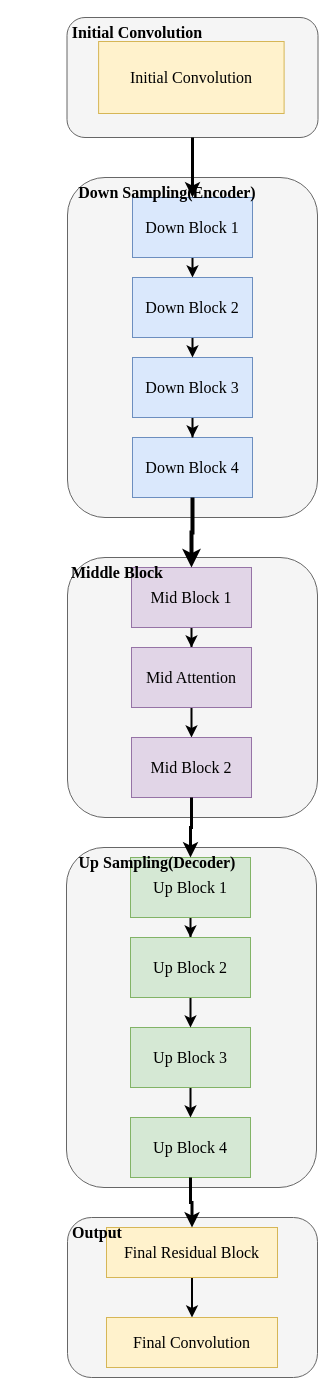
Before: dl.drawio in dxin66/draw-files, a draw.io diagram. Source tidied: cells renumbered, new cells numbered last; positions are measured from the earlier drawing's top-left corner, leaving out a move shared by most shapes. Both pictures are drawn from the tidied source at 100%, with x=0, y=0 at pixel (17, 17).
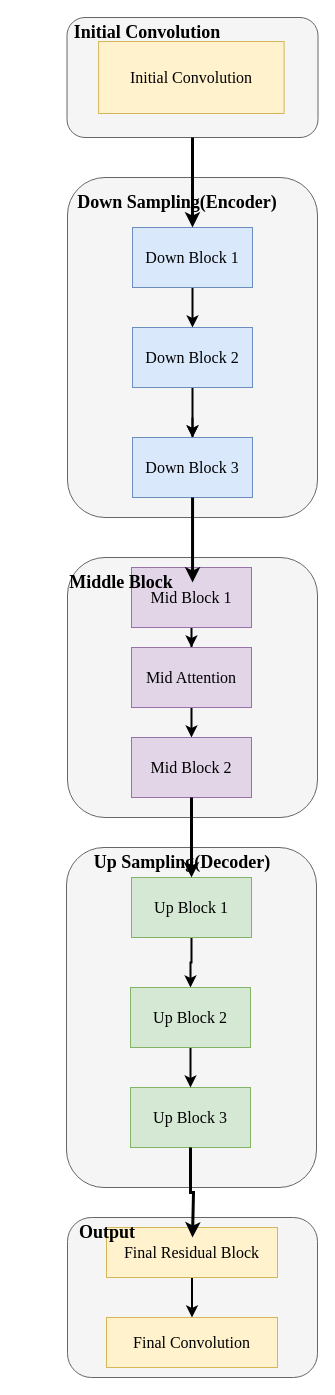
Above is the later version.

The change refers to these unchanged cells:
```xml
<mxCell id="2" style="group;rounded=1;" parent="1" vertex="1">
  <mxGeometry x="10" y="470" width="290.5" height="890" as="geometry" />
</mxCell>
<mxCell id="3" style="group;" parent="2" vertex="1">
  <mxGeometry x="39.5" y="-470" width="251" height="120" as="geometry" />
</mxCell>
<mxCell id="7" style="group;rounded=1;" parent="2" vertex="1">
  <mxGeometry x="40" y="-310" width="250" height="340" as="geometry" />
</mxCell>
<mxCell id="17" style="group;rounded=1;" parent="2" vertex="1">
  <mxGeometry x="40" y="70" width="250" height="260" as="geometry" />
</mxCell>
<mxCell id="20" value="&lt;font face=&quot;Times New Roman&quot;&gt;&lt;span style=&quot;font-size: 16px;&quot;&gt;Mid Block 1&lt;/span&gt;&lt;/font&gt;" style="rounded=0;whiteSpace=wrap;html=1;fillColor=#e1d5e7;strokeColor=#9673a6;" parent="17" vertex="1">
  <mxGeometry x="64" y="10" width="120" height="60" as="geometry" />
</mxCell>
<mxCell id="23" value="&lt;font face=&quot;Times New Roman&quot;&gt;&lt;span style=&quot;font-size: 16px;&quot;&gt;Mid Block 2&lt;/span&gt;&lt;/font&gt;" style="rounded=0;whiteSpace=wrap;html=1;fillColor=#e1d5e7;strokeColor=#9673a6;" parent="17" vertex="1">
  <mxGeometry x="64" y="180" width="120" height="60" as="geometry" />
</mxCell>
<mxCell id="36" value="&lt;font face=&quot;Times New Roman&quot;&gt;&lt;span style=&quot;font-size: 16px;&quot;&gt;Final Residual Block&lt;/span&gt;&lt;/font&gt;" style="rounded=0;whiteSpace=wrap;html=1;fillColor=#fff2cc;strokeColor=#d6b656;" parent="2" vertex="1">
  <mxGeometry x="79" y="740" width="171" height="50" as="geometry" />
</mxCell>
```

What changed in the source:
```diff
@@
-    <mxCell id="6" value="&lt;b&gt;&lt;font face=&quot;Times New Roman&quot; style=&quot;font-size: 16px;&quot;&gt;Initial Convolution&lt;/font&gt;&lt;/b&gt;" style="text;html=1;align=center;verticalAlign=middle;whiteSpace=wrap;rounded=0;" parent="3" vertex="1">
-      <mxGeometry x="-9.5" width="159.5" height="30" as="geometry" />
+    <mxCell id="6" value="&lt;b&gt;&lt;font face=&quot;Times New Roman&quot; style=&quot;font-size: 18px;&quot;&gt;Initial Convolution&lt;/font&gt;&lt;/b&gt;" style="text;html=1;align=center;verticalAlign=middle;whiteSpace=wrap;rounded=0;" parent="3" vertex="1">
+      <mxGeometry width="159.5" height="30" as="geometry" />
     </mxCell>
@@
     <mxCell id="10" value="&lt;font face=&quot;Times New Roman&quot; style=&quot;font-size: 16px;&quot;&gt;Down Block 1&lt;/font&gt;" style="rounded=0;whiteSpace=wrap;html=1;fillColor=#dae8fc;strokeColor=#6c8ebf;flipH=0;flipV=1;" parent="7" vertex="1">
-      <mxGeometry x="65" y="20" width="120" height="60" as="geometry" />
+      <mxGeometry x="65" y="50" width="120" height="60" as="geometry" />
     </mxCell>
-    <mxCell id="11" value="&lt;font face=&quot;Times New Roman&quot; style=&quot;font-size: 16px;&quot;&gt;Down Block 4&lt;/font&gt;" style="rounded=0;whiteSpace=wrap;html=1;fillColor=#dae8fc;strokeColor=#6c8ebf;flipH=0;flipV=1;" parent="7" vertex="1">
-      <mxGeometry x="65" y="260" width="120" height="60" as="geometry" />
-    </mxCell>
-    <mxCell id="12" style="edgeStyle=orthogonalEdgeStyle;rounded=0;jettySize=auto;html=1;strokeWidth=2;" parent="7" edge="1" source="13" target="11">
-      <mxGeometry relative="1" as="geometry" />
+    <mxCell id="12" style="edgeStyle=orthogonalEdgeStyle;rounded=0;jettySize=auto;html=1;strokeWidth=2;" parent="7" edge="1" source="13">
+      <mxGeometry relative="1" as="geometry">
+        <mxPoint x="125" y="260" as="targetPoint" />
+      </mxGeometry>
     </mxCell>
     <mxCell id="13" value="&lt;font face=&quot;Times New Roman&quot; style=&quot;font-size: 16px;&quot;&gt;Down Block 3&lt;/font&gt;" style="rounded=0;whiteSpace=wrap;html=1;fillColor=#dae8fc;strokeColor=#6c8ebf;flipH=0;flipV=1;" parent="7" vertex="1">
-      <mxGeometry x="65" y="180" width="120" height="60" as="geometry" />
+      <mxGeometry x="65" y="260" width="120" height="60" as="geometry" />
     </mxCell>
@@
     <mxCell id="15" value="&lt;font face=&quot;Times New Roman&quot; style=&quot;font-size: 16px;&quot;&gt;Down Block 2&lt;/font&gt;" style="rounded=0;whiteSpace=wrap;html=1;fillColor=#dae8fc;strokeColor=#6c8ebf;flipH=0;flipV=1;" parent="7" vertex="1">
-      <mxGeometry x="65" y="100" width="120" height="60" as="geometry" />
+      <mxGeometry x="65" y="150" width="120" height="60" as="geometry" />
     </mxCell>
-    <mxCell id="16" value="&lt;b&gt;&lt;font face=&quot;Times New Roman&quot; style=&quot;font-size: 16px;&quot;&gt;Down Sampling(Encoder)&lt;/font&gt;&lt;/b&gt;" style="text;html=1;align=center;verticalAlign=middle;whiteSpace=wrap;rounded=0;" parent="7" vertex="1">
-      <mxGeometry x="-10" width="220" height="30" as="geometry" />
+    <mxCell id="16" value="&lt;b&gt;&lt;font face=&quot;Times New Roman&quot; style=&quot;font-size: 18px;&quot;&gt;Down Sampling(Encoder)&lt;/font&gt;&lt;/b&gt;" style="text;html=1;align=center;verticalAlign=middle;whiteSpace=wrap;rounded=0;" parent="7" vertex="1">
+      <mxGeometry y="10" width="220" height="30" as="geometry" />
     </mxCell>
@@
-    <mxCell id="24" value="&lt;b&gt;&lt;font face=&quot;Times New Roman&quot; style=&quot;font-size: 16px;&quot;&gt;Middle Block&lt;/font&gt;&lt;/b&gt;" style="text;html=1;align=center;verticalAlign=middle;whiteSpace=wrap;rounded=0;" parent="17" vertex="1">
-      <mxGeometry x="-30" width="159.5" height="30" as="geometry" />
+    <mxCell id="24" value="&lt;b&gt;&lt;font face=&quot;Times New Roman&quot; style=&quot;font-size: 18px;&quot;&gt;Middle Block&lt;/font&gt;&lt;/b&gt;" style="text;html=1;align=center;verticalAlign=middle;whiteSpace=wrap;rounded=0;" parent="17" vertex="1">
+      <mxGeometry x="-26" y="10" width="159.5" height="30" as="geometry" />
     </mxCell>
@@
     <mxCell id="27" value="&lt;font face=&quot;Times New Roman&quot; style=&quot;font-size: 16px;&quot;&gt;Up Block 1&lt;/font&gt;" style="rounded=0;whiteSpace=wrap;html=1;fillColor=#d5e8d4;strokeColor=#82b366;flipH=1;flipV=1;" parent="2" vertex="1">
-      <mxGeometry x="103" y="370" width="120" height="60" as="geometry" />
+      <mxGeometry x="104" y="390" width="120" height="60" as="geometry" />
     </mxCell>
-    <mxCell id="28" value="&lt;font face=&quot;Times New Roman&quot; style=&quot;font-size: 16px;&quot;&gt;Up Block 4&lt;/font&gt;" style="rounded=0;whiteSpace=wrap;html=1;fillColor=#d5e8d4;strokeColor=#82b366;flipH=1;flipV=1;" parent="2" vertex="1">
-      <mxGeometry x="103" y="630" width="120" height="60" as="geometry" />
-    </mxCell>
-    <mxCell id="29" style="edgeStyle=orthogonalEdgeStyle;rounded=0;jettySize=auto;html=1;entryX=0.5;entryY=0;entryDx=0;entryDy=0;strokeWidth=2;" parent="2" edge="1" source="30" target="28">
-      <mxGeometry relative="1" as="geometry" />
-    </mxCell>
     <mxCell id="30" value="&lt;font face=&quot;Times New Roman&quot; style=&quot;font-size: 16px;&quot;&gt;Up Block 3&lt;/font&gt;" style="rounded=0;whiteSpace=wrap;html=1;fillColor=#d5e8d4;strokeColor=#82b366;flipH=1;flipV=1;" parent="2" vertex="1">
-      <mxGeometry x="103" y="540" width="120" height="60" as="geometry" />
+      <mxGeometry x="103" y="600" width="120" height="60" as="geometry" />
     </mxCell>
@@
     <mxCell id="32" value="&lt;font face=&quot;Times New Roman&quot; style=&quot;font-size: 16px;&quot;&gt;Up Block 2&lt;/font&gt;" style="rounded=0;whiteSpace=wrap;html=1;fillColor=#d5e8d4;strokeColor=#82b366;flipH=1;flipV=1;" parent="2" vertex="1">
-      <mxGeometry x="103" y="450" width="120" height="60" as="geometry" />
+      <mxGeometry x="103" y="500" width="120" height="60" as="geometry" />
     </mxCell>
+    <mxCell id="34" style="rounded=1;whiteSpace=wrap;html=1;fillColor=#f5f5f5;fontColor=#333333;strokeColor=#666666;" parent="2" vertex="1">
+      <mxGeometry x="40" y="730" width="250" height="160" as="geometry" />
+    </mxCell>
-    <mxCell id="33" value="&lt;b&gt;&lt;font face=&quot;Times New Roman&quot; style=&quot;font-size: 16px;&quot;&gt;Up Sampling(Decoder)&lt;/font&gt;&lt;/b&gt;" style="text;html=1;align=center;verticalAlign=middle;whiteSpace=wrap;rounded=0;" parent="2" vertex="1">
-      <mxGeometry x="50" y="360" width="159.5" height="30" as="geometry" />
+    <mxCell id="33" value="&lt;b&gt;&lt;font face=&quot;Times New Roman&quot; style=&quot;font-size: 18px;&quot;&gt;Up Sampling(Decoder)&lt;/font&gt;&lt;/b&gt;" style="text;html=1;align=center;verticalAlign=middle;whiteSpace=wrap;rounded=0;" parent="2" vertex="1">
+      <mxGeometry x="60" y="360" width="190" height="30" as="geometry" />
     </mxCell>
-    <mxCell id="34" style="rounded=1;whiteSpace=wrap;html=1;fillColor=#f5f5f5;fontColor=#333333;strokeColor=#666666;" parent="2" vertex="1">
-      <mxGeometry x="40" y="730" width="250" height="160" as="geometry" />
-    </mxCell>
@@
+    <mxCell id="41" style="edgeStyle=orthogonalEdgeStyle;rounded=0;jettySize=auto;html=1;entryX=0.5;entryY=0;entryDx=0;entryDy=0;strokeWidth=3;" parent="2" edge="1" source="23" target="27">
+      <mxGeometry relative="1" as="geometry" />
+    </mxCell>
-    <mxCell id="38" value="&lt;b&gt;&lt;font face=&quot;Times New Roman&quot; style=&quot;font-size: 16px;&quot;&gt;Output&lt;/font&gt;&lt;/b&gt;" style="text;html=1;align=center;verticalAlign=middle;whiteSpace=wrap;rounded=0;" parent="2" vertex="1">
-      <mxGeometry x="-10" y="730" width="159.5" height="30" as="geometry" />
+    <mxCell id="38" value="&lt;b&gt;&lt;font face=&quot;Times New Roman&quot; style=&quot;font-size: 18px;&quot;&gt;Output&lt;/font&gt;&lt;/b&gt;" style="text;html=1;align=center;verticalAlign=middle;whiteSpace=wrap;rounded=0;" parent="2" vertex="1">
+      <mxGeometry y="730" width="159.5" height="30" as="geometry" />
     </mxCell>
@@
-    <mxCell id="40" style="edgeStyle=orthogonalEdgeStyle;rounded=0;jettySize=auto;html=1;entryX=0.5;entryY=0;entryDx=0;entryDy=0;strokeWidth=4;" parent="2" edge="1" source="11" target="20">
-      <mxGeometry relative="1" as="geometry" />
-    </mxCell>
-    <mxCell id="41" style="edgeStyle=orthogonalEdgeStyle;rounded=0;jettySize=auto;html=1;entryX=0.5;entryY=0;entryDx=0;entryDy=0;strokeWidth=3;" parent="2" edge="1" source="23" target="27">
-      <mxGeometry relative="1" as="geometry" />
-    </mxCell>
-    <mxCell id="42" style="edgeStyle=orthogonalEdgeStyle;rounded=0;jettySize=auto;html=1;entryX=0.5;entryY=0;entryDx=0;entryDy=0;strokeWidth=3;" parent="2" edge="1" source="28" target="36">
-      <mxGeometry relative="1" as="geometry" />
-    </mxCell>
+    <mxCell id="43" style="edgeStyle=orthogonalEdgeStyle;rounded=0;jettySize=auto;html=1;entryX=0.947;entryY=0.5;entryDx=0;entryDy=0;entryPerimeter=0;strokeWidth=3;" parent="2" edge="1" source="13" target="24">
+      <mxGeometry relative="1" as="geometry" />
+    </mxCell>
+    <mxCell id="44" style="edgeStyle=orthogonalEdgeStyle;rounded=0;jettySize=auto;html=1;strokeWidth=3;" parent="2" edge="1" source="30">
+      <mxGeometry relative="1" as="geometry">
+        <mxPoint x="165" y="750" as="targetPoint" />
+        <Array as="points">
+          <mxPoint x="163" y="705" />
+          <mxPoint x="166" y="705" />
+        </Array>
+      </mxGeometry>
+    </mxCell>
```
